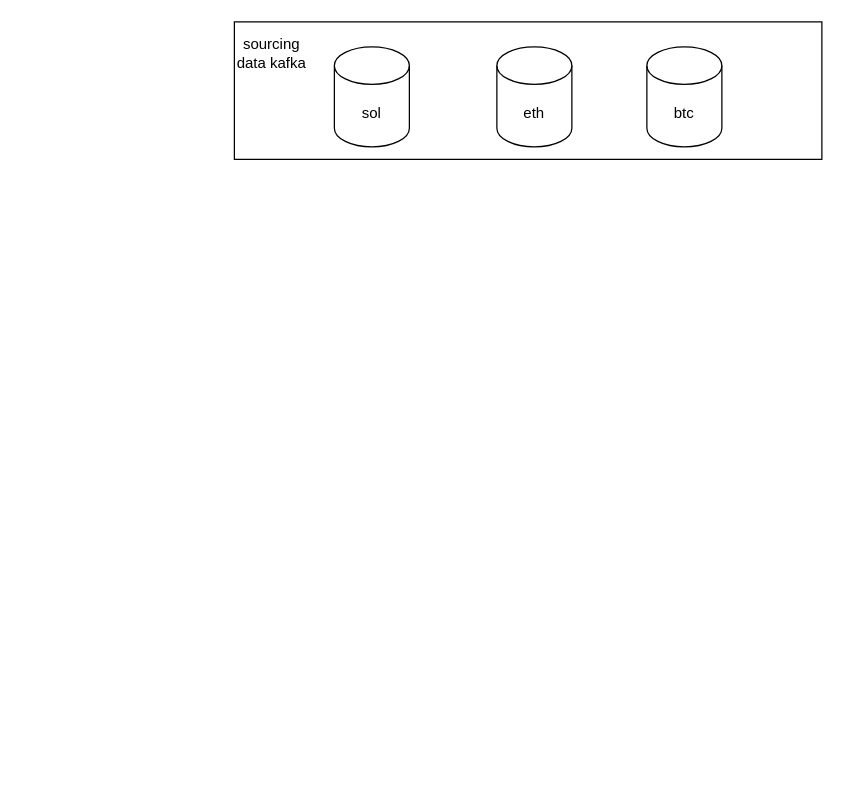
sy6765856/3DView keeps this draw.io diagram as archive-data-writer.drawio. Above is the earlier version. Source tidied: cells renumbered, new cells numbered last; positions are measured from the earlier drawing's top-left corner, leaving out a move shared by most shapes. Both pictures are drawn from the tidied source at 125%, with x=0, y=0 at pixel (234, 21).
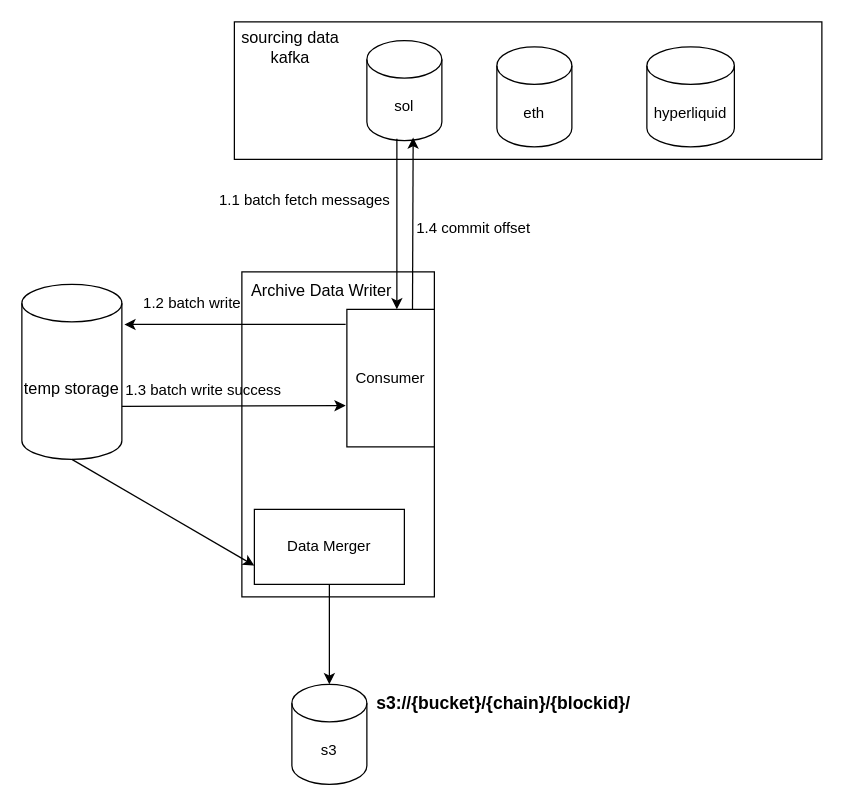
The same page after the edit.

The edit, as a diff of the source:
```diff
@@
     <mxCell id="3" value="sol" style="shape=cylinder3;whiteSpace=wrap;html=1;boundedLbl=1;backgroundOutline=1;size=15;" parent="1" vertex="1">
-      <mxGeometry x="80" y="20" width="60" height="80" as="geometry" />
+      <mxGeometry x="106" y="15" width="60" height="80" as="geometry" />
     </mxCell>
@@
-    <mxCell id="5" value="btc" style="shape=cylinder3;whiteSpace=wrap;html=1;boundedLbl=1;backgroundOutline=1;size=15;" parent="1" vertex="1">
-      <mxGeometry x="330" y="20" width="60" height="80" as="geometry" />
+    <mxCell id="5" value="hyperliquid" style="shape=cylinder3;whiteSpace=wrap;html=1;boundedLbl=1;backgroundOutline=1;size=15;" parent="1" vertex="1">
+      <mxGeometry x="330" y="20" width="70" height="80" as="geometry" />
     </mxCell>
-    <mxCell id="6" value="sourcing data kafka" style="text;html=1;align=center;verticalAlign=middle;whiteSpace=wrap;rounded=0;" parent="1" vertex="1">
-      <mxGeometry y="10" width="60" height="30" as="geometry" />
+    <mxCell id="6" value="&lt;font style=&quot;font-size: 13px;&quot;&gt;sourcing data kafka&lt;/font&gt;" style="text;html=1;align=center;verticalAlign=middle;whiteSpace=wrap;rounded=0;" parent="1" vertex="1">
+      <mxGeometry width="90" height="40" as="geometry" />
     </mxCell>
+    <mxCell id="7" style="rounded=0;whiteSpace=wrap;html=1;align=center;" parent="1" vertex="1">
+      <mxGeometry x="6" y="200" width="154" height="260" as="geometry" />
+    </mxCell>
+    <mxCell id="8" value="&lt;font style=&quot;font-size: 13px;&quot;&gt;Archive Data Writer&lt;/font&gt;" style="text;html=1;align=center;verticalAlign=middle;whiteSpace=wrap;rounded=0;" parent="1" vertex="1">
+      <mxGeometry x="10" y="200" width="120" height="30" as="geometry" />
+    </mxCell>
+    <mxCell id="9" style="endArrow=classic;html=1;rounded=0;entryX=1;entryY=1;entryDx=0;entryDy=0;exitX=0.4;exitY=0.981;exitDx=0;exitDy=0;exitPerimeter=0;" parent="1" edge="1" source="3" target="8">
+      <mxGeometry relative="1" as="geometry" />
+    </mxCell>
+    <mxCell id="10" value="&lt;font style=&quot;font-size: 13px;&quot;&gt;temp storage&lt;/font&gt;" style="shape=cylinder3;whiteSpace=wrap;html=1;boundedLbl=1;backgroundOutline=1;size=15;" parent="1" vertex="1">
+      <mxGeometry x="-170" y="210" width="80" height="140" as="geometry" />
+    </mxCell>
+    <mxCell id="11" style="endArrow=classic;html=1;rounded=0;exitX=-0.014;exitY=0.109;exitDx=0;exitDy=0;exitPerimeter=0;entryX=1.025;entryY=0.229;entryDx=0;entryDy=0;entryPerimeter=0;" parent="1" edge="1" source="13" target="10">
+      <mxGeometry relative="1" as="geometry" />
+    </mxCell>
+    <mxCell id="12" style="endArrow=classic;html=1;rounded=0;exitX=1;exitY=0;exitDx=0;exitDy=97.5;exitPerimeter=0;entryX=-0.014;entryY=0.7;entryDx=0;entryDy=0;entryPerimeter=0;" parent="1" edge="1" source="10" target="13">
+      <mxGeometry relative="1" as="geometry" />
+    </mxCell>
+    <mxCell id="13" value="Consumer" style="rounded=0;whiteSpace=wrap;html=1;" parent="1" vertex="1">
+      <mxGeometry x="90" y="230" width="70" height="110" as="geometry" />
+    </mxCell>
+    <mxCell id="14" value="Data Merger" style="rounded=0;whiteSpace=wrap;html=1;" parent="1" vertex="1">
+      <mxGeometry x="16" y="390" width="120" height="60" as="geometry" />
+    </mxCell>
+    <mxCell id="15" style="endArrow=classic;html=1;rounded=0;exitX=0.5;exitY=1;exitDx=0;exitDy=0;exitPerimeter=0;entryX=0;entryY=0.75;entryDx=0;entryDy=0;" parent="1" edge="1" source="10" target="14">
+      <mxGeometry relative="1" as="geometry" />
+    </mxCell>
+    <mxCell id="16" value="1.1 batch fetch messages" style="text;html=1;align=center;verticalAlign=middle;strokeColor=none;fillColor=none;" parent="1" vertex="1">
+      <mxGeometry x="-24" y="128" width="160" height="30" as="geometry" />
+    </mxCell>
+    <mxCell id="17" style="endArrow=classic;html=1;rounded=0;exitX=0.5;exitY=1;exitDx=0;exitDy=0;entryX=0.5;entryY=0;entryDx=0;entryDy=0;entryPerimeter=0;" parent="1" edge="1" source="14" target="18">
+      <mxGeometry relative="1" as="geometry" />
+    </mxCell>
+    <mxCell id="18" value="s3" style="shape=cylinder3;whiteSpace=wrap;html=1;boundedLbl=1;backgroundOutline=1;size=15;" parent="1" vertex="1">
+      <mxGeometry x="46" y="530" width="60" height="80" as="geometry" />
+    </mxCell>
+    <mxCell id="19" value="&lt;b&gt;&lt;font style=&quot;font-size: 14px;&quot;&gt;s3://{bucket}/{chain}/{blockid}/&lt;/font&gt;&lt;/b&gt;" style="text;html=1;align=center;verticalAlign=middle;strokeColor=none;fillColor=none;" parent="1" vertex="1">
+      <mxGeometry x="100" y="530" width="230" height="30" as="geometry" />
+    </mxCell>
+    <mxCell id="20" value="1.2 batch write" style="text;html=1;align=center;verticalAlign=middle;strokeColor=none;fillColor=none;" parent="1" vertex="1">
+      <mxGeometry x="-84" y="210" width="100" height="30" as="geometry" />
+    </mxCell>
+    <mxCell id="21" value="1.3 batch write success" style="text;html=1;align=center;verticalAlign=middle;strokeColor=none;fillColor=none;" parent="1" vertex="1">
+      <mxGeometry x="-100" y="280" width="150" height="30" as="geometry" />
+    </mxCell>
+    <mxCell id="22" value="1.4 commit offset" style="text;html=1;align=center;verticalAlign=middle;strokeColor=none;fillColor=none;" parent="1" vertex="1">
+      <mxGeometry x="136" y="150" width="110" height="30" as="geometry" />
+    </mxCell>
+    <mxCell id="23" style="endArrow=classic;html=1;rounded=0;entryX=0.617;entryY=0.969;entryDx=0;entryDy=0;entryPerimeter=0;exitX=0.75;exitY=0;exitDx=0;exitDy=0;" parent="1" edge="1" source="13" target="3">
+      <mxGeometry relative="1" as="geometry" />
+    </mxCell>
```
